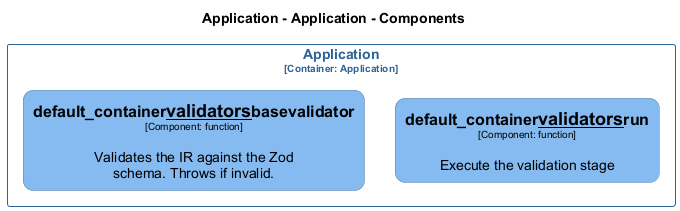
The PlantUML diagram docs/architecture/diagrams/structurizr-Classes_default_container__validators.png in chrislyons-dev/archlette, before a commit.
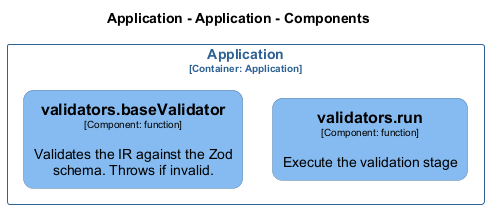
The same diagram one commit later.

The edit, as a diff of the source:
```diff
@@ -16,14 +16,14 @@
 
 hide stereotype
 
-skinparam rectangle<<Application.Application.default_container__validators__basevalidator>> {
+skinparam rectangle<<Application.Application.validatorsbaseValidator>> {
   BackgroundColor #85bbf0
   FontColor #000000
   BorderColor #5d82a8
   roundCorner 20
   shadowing false
 }
-skinparam rectangle<<Application.Application.default_container__validators__run>> {
+skinparam rectangle<<Application.Application.validatorsrun>> {
   BackgroundColor #85bbf0
   FontColor #000000
   BorderColor #5d82a8
@@ -37,8 +37,8 @@
 }
 
 rectangle "Application\n<size:10>[Container: Application]</size>" <<Application.Application>> {
-  rectangle "==default_container__validators__run\n<size:10>[Component: function]</size>\n\nExecute the validation stage" <<Application.Application.default_container__validators__run>> as Application.Application.default_container__validators__run
-  rectangle "==default_container__validators__basevalidator\n<size:10>[Component: function]</size>\n\nValidates the IR against the Zod schema. Throws if invalid." <<Application.Application.default_container__validators__basevalidator>> as Application.Application.default_container__validators__basevalidator
+  rectangle "==validators.run\n<size:10>[Component: function]</size>\n\nExecute the validation stage" <<Application.Application.validatorsrun>> as Application.Application.validatorsrun
+  rectangle "==validators.baseValidator\n<size:10>[Component: function]</size>\n\nValidates the IR against the Zod schema. Throws if invalid." <<Application.Application.validatorsbaseValidator>> as Application.Application.validatorsbaseValidator
 }
 
 @enduml
```
